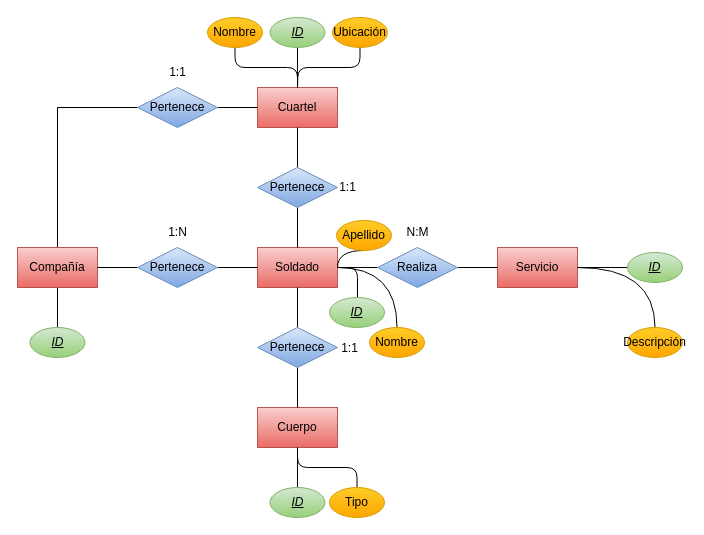
Earlier version of the draw.io diagram BAE/tema1/tareas/Diagrama sin título.drawio (toninavhd/1-DAW_pt2). Source tidied: cells renumbered, new cells numbered last; positions are measured from the earlier drawing's top-left corner, leaving out a move shared by most shapes. Both pictures are drawn from the tidied source at 100%, with x=0, y=0 at pixel (17, 17).
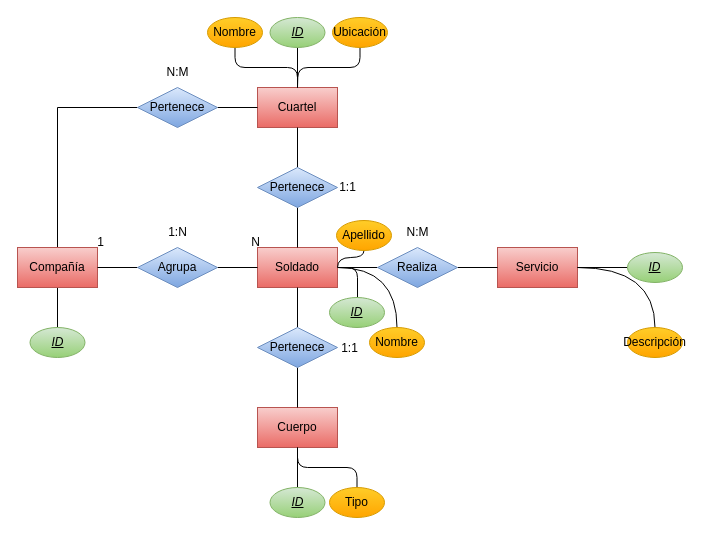
Above is the later version.

Unchanged cells that the change refers to:
```xml
<mxCell id="4" value="Soldado" style="rounded=0;whiteSpace=wrap;html=1;fillColor=#f8cecc;gradientColor=#ea6b66;strokeColor=#b85450;" parent="1" vertex="1">
  <mxGeometry x="240" y="230" width="80" height="40" as="geometry" />
</mxCell>
<mxCell id="40" value="Apellido" style="ellipse;whiteSpace=wrap;html=1;fillColor=#ffcd28;gradientColor=#ffa500;strokeColor=#d79b00;" parent="1" vertex="1">
  <mxGeometry x="319" y="203" width="55" height="30" as="geometry" />
</mxCell>
```

Change to the diagram source:
```diff
@@
-    <mxCell id="15" value="Pertenece" style="rhombus;whiteSpace=wrap;html=1;fillColor=#dae8fc;gradientColor=#7ea6e0;strokeColor=#6c8ebf;" parent="1" vertex="1">
+    <mxCell id="15" value="Agrupa" style="rhombus;whiteSpace=wrap;html=1;fillColor=#dae8fc;gradientColor=#7ea6e0;strokeColor=#6c8ebf;" parent="1" vertex="1">
       <mxGeometry x="120" y="230" width="80" height="40" as="geometry" />
     </mxCell>
@@
-    <mxCell id="27" value="1:1" style="text;html=1;align=center;verticalAlign=middle;strokeColor=none;fillColor=none;" parent="1" vertex="1">
-      <mxGeometry x="140" y="40" width="40" height="30" as="geometry" />
+    <mxCell id="27" value="N:M" style="text;html=1;align=center;verticalAlign=middle;strokeColor=none;fillColor=none;" parent="1" vertex="1">
+      <mxGeometry x="135" y="40" width="50" height="30" as="geometry" />
     </mxCell>
@@
     <mxCell id="39" style="edgeStyle=orthogonalEdgeStyle;rounded=0;jettySize=auto;html=1;exitX=0.5;exitY=1;exitDx=0;exitDy=0;entryX=1;entryY=0.5;entryDx=0;entryDy=0;endArrow=none;endFill=0;curved=1;" parent="1" edge="1" source="40" target="4">
-      <mxGeometry relative="1" as="geometry" />
+      <mxGeometry relative="1" as="geometry">
+        <Array as="points">
+          <mxPoint x="347" y="240" />
+          <mxPoint x="320" y="240" />
+        </Array>
+      </mxGeometry>
     </mxCell>
@@
+    <mxCell id="49" value="1" style="text;html=1;align=center;verticalAlign=middle;strokeColor=none;fillColor=none;" parent="1" vertex="1">
+      <mxGeometry x="67.5" y="210" width="30" height="30" as="geometry" />
+    </mxCell>
+    <mxCell id="50" value="N" style="text;html=1;align=center;verticalAlign=middle;strokeColor=none;fillColor=none;" parent="1" vertex="1">
+      <mxGeometry x="222.5" y="210" width="30" height="30" as="geometry" />
+    </mxCell>
```
